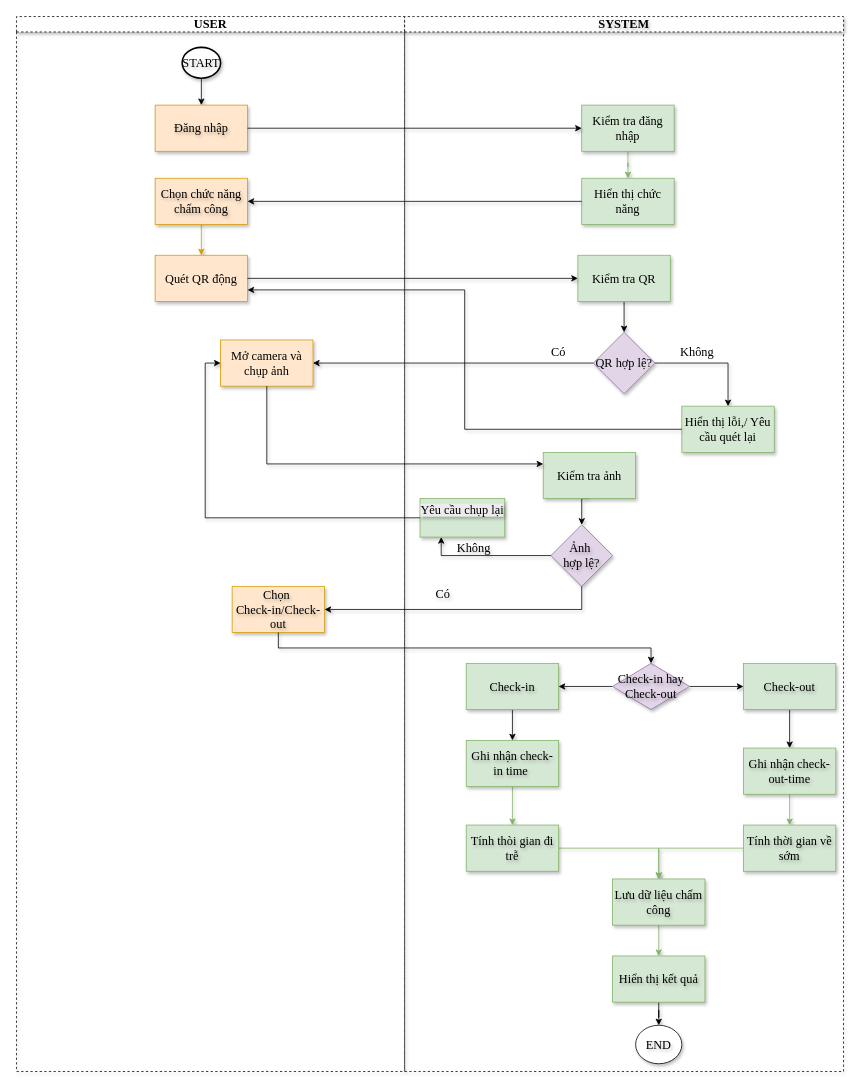
The draw.io diagram flow chấm cong.drawio in gihan160306/HRFlow, before the edit. Source tidied: cells renumbered, new cells numbered last; positions are measured from the earlier drawing's top-left corner, leaving out a move shared by most shapes. Both pictures are drawn from the tidied source at 77%, with x=0, y=0 at pixel (16, 16).
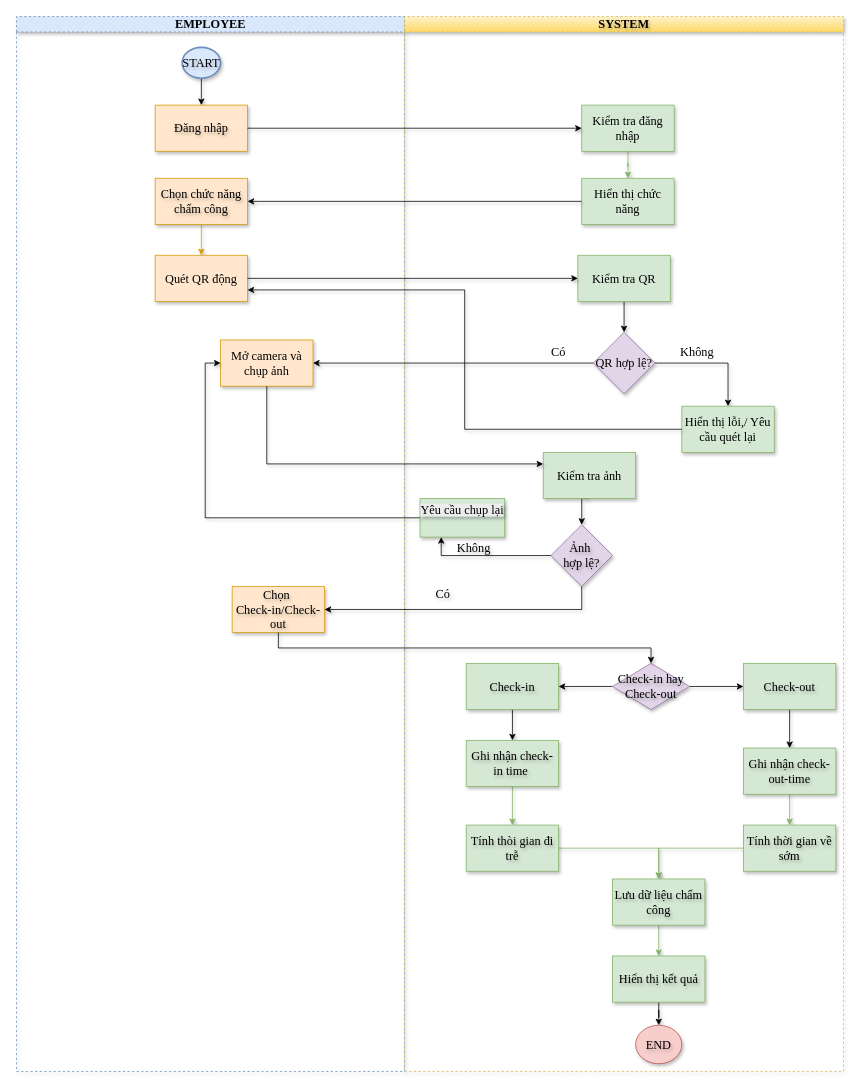
Above is the later version.

Commit message (it also covers changes not shown here):
Cập nhật flow chấm cong.drawio

Change to the diagram source:
```diff
@@
-    <mxCell id="2" value="USER" style="swimlane;startSize=20;whiteSpace=wrap;html=1;dashed=1;shadow=1;fontFamily=Times New Roman;fontSize=16;" parent="1" vertex="1">
+    <mxCell id="2" value="EMPLOYEE" style="swimlane;startSize=20;whiteSpace=wrap;html=1;dashed=1;shadow=1;fontFamily=Times New Roman;fontSize=16;fillColor=#dae8fc;strokeColor=#6c8ebf;" parent="1" vertex="1">
       <mxGeometry width="504" height="1370" as="geometry" />
     </mxCell>
@@
-    <mxCell id="4" value="START" style="strokeWidth=2;html=1;shape=mxgraph.flowchart.start_2;whiteSpace=wrap;fontFamily=Times New Roman;fontSize=16;textShadow=1;labelBorderColor=none;shadow=1;" parent="2" vertex="1">
+    <mxCell id="4" value="START" style="strokeWidth=2;html=1;shape=mxgraph.flowchart.start_2;whiteSpace=wrap;fontFamily=Times New Roman;fontSize=16;textShadow=1;labelBorderColor=none;shadow=1;fillColor=#dae8fc;strokeColor=#6c8ebf;" parent="2" vertex="1">
       <mxGeometry x="215" y="40" width="50" height="40" as="geometry" />
     </mxCell>
@@
-    <mxCell id="11" value="SYSTEM" style="swimlane;startSize=20;whiteSpace=wrap;html=1;dashed=1;shadow=1;fontFamily=Times New Roman;fontSize=16;textShadow=1;labelBackgroundColor=none;labelBorderColor=none;convertToSvg=0;svgWhiteSpace=wrap;" parent="1" vertex="1">
+    <mxCell id="11" value="SYSTEM" style="swimlane;startSize=20;whiteSpace=wrap;html=1;dashed=1;shadow=1;fontFamily=Times New Roman;fontSize=16;textShadow=1;labelBackgroundColor=none;labelBorderColor=none;convertToSvg=0;svgWhiteSpace=wrap;fillColor=#fff2cc;gradientColor=#ffd966;strokeColor=#d6b656;" parent="1" vertex="1">
       <mxGeometry x="504" width="570" height="1370" as="geometry" />
     </mxCell>
@@
-    <mxCell id="46" value="END" style="ellipse;whiteSpace=wrap;html=1;shapeInside=1;fontSize=16;fontFamily=Times New Roman;textShadow=1;labelBorderColor=none;shadow=1;" parent="11" vertex="1">
+    <mxCell id="46" value="END" style="ellipse;whiteSpace=wrap;html=1;shapeInside=1;fontSize=16;fontFamily=Times New Roman;textShadow=1;labelBorderColor=none;shadow=1;fillColor=#f8cecc;strokeColor=#b85450;" parent="11" vertex="1">
       <mxGeometry x="300" y="1310" width="60" height="50" as="geometry" />
     </mxCell>
```
